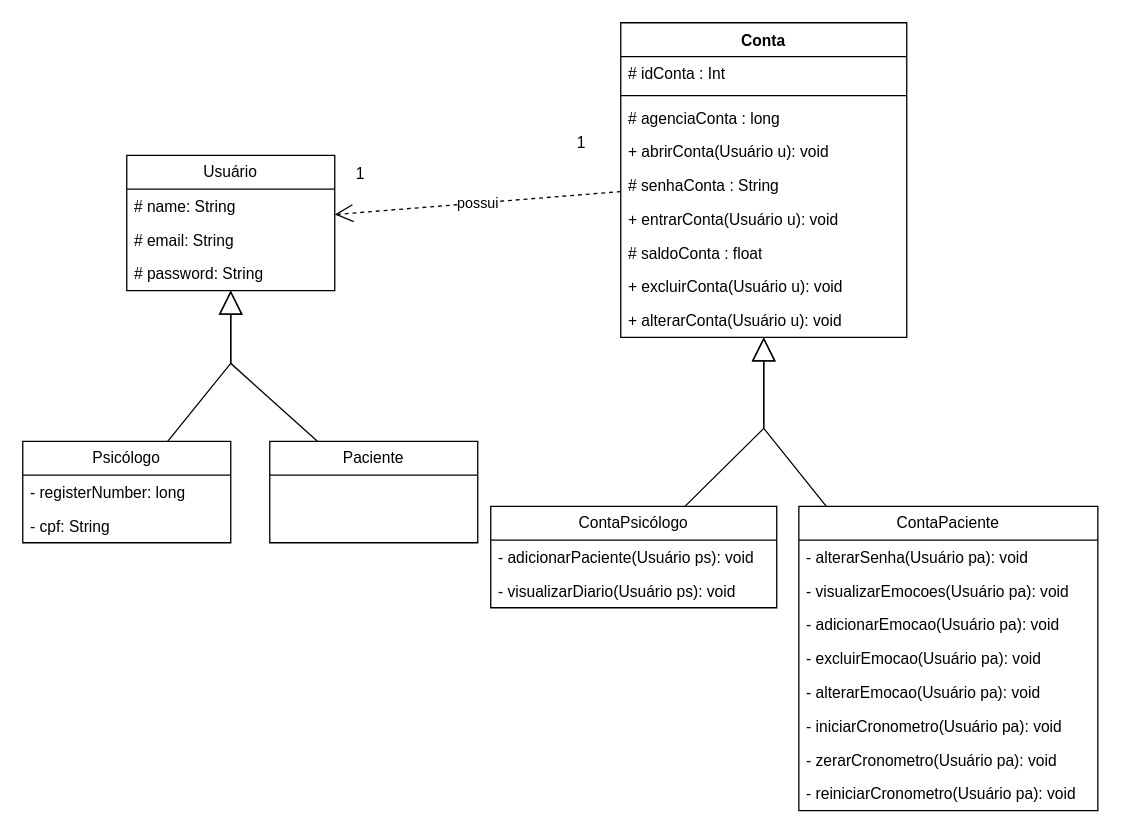
This is ClassesMyPeace.drawio from RebecaVieiraM/Diagramas, a draw.io file, before an edit. Source tidied: cells renumbered, new cells numbered last; positions are measured from the earlier drawing's top-left corner, leaving out a move shared by most shapes. Both pictures are drawn from the tidied source at 130%, with x=0, y=0 at pixel (22, 22).
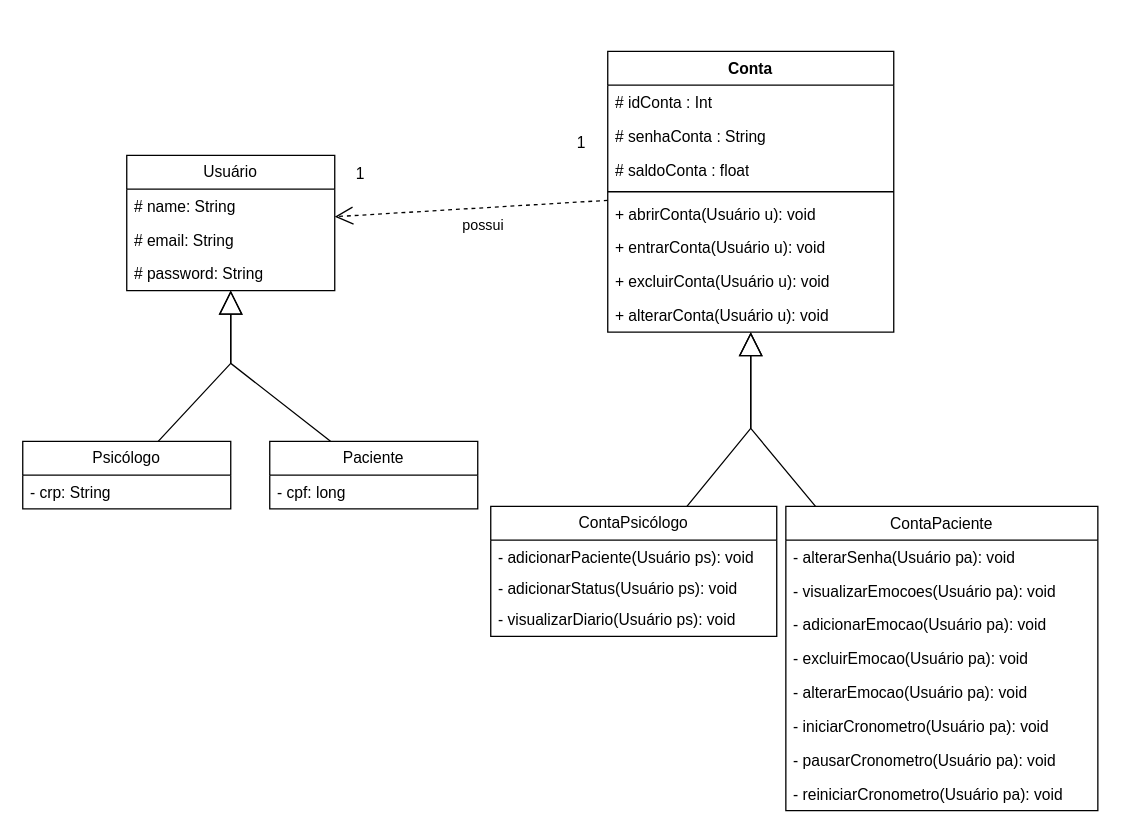
After the change.

The change refers to these unchanged cells:
```xml
<mxCell id="21" value="Usuário" style="swimlane;fontStyle=0;horizontal=1;startSize=26;fillColor=none;whiteSpace=wrap;html=1;" parent="1" vertex="1">
  <mxGeometry x="80" y="102" width="160" height="104" as="geometry" />
</mxCell>
```

Change to the diagram source:
```diff
@@
     <mxCell id="2" value="Psicólogo" style="swimlane;fontStyle=0;horizontal=1;startSize=26;fillColor=none;whiteSpace=wrap;html=1;" parent="1" vertex="1">
-      <mxGeometry y="322" width="160" height="78" as="geometry" />
+      <mxGeometry y="322" width="160" height="52" as="geometry" />
     </mxCell>
-    <mxCell id="3" value="- registerNumber&lt;span style=&quot;background-color: initial;&quot;&gt;: long&lt;/span&gt;" style="text;strokeColor=none;fillColor=none;align=left;verticalAlign=top;spacingLeft=4;spacingRight=4;overflow=hidden;whiteSpace=wrap;html=1;" parent="2" vertex="1">
-      <mxGeometry y="26" width="160" height="26" as="geometry" />
-    </mxCell>
-    <mxCell id="4" value="- cpf: String" style="text;strokeColor=none;fillColor=none;align=left;verticalAlign=top;spacingLeft=4;spacingRight=4;overflow=hidden;whiteSpace=wrap;html=1;" parent="2" vertex="1">
-      <mxGeometry y="52" width="160" height="26" as="geometry" />
+    <mxCell id="4" value="- crp: String" style="text;strokeColor=none;fillColor=none;align=left;verticalAlign=top;spacingLeft=4;spacingRight=4;overflow=hidden;whiteSpace=wrap;html=1;" parent="2" vertex="1">
+      <mxGeometry y="26" width="160" height="26" as="geometry" />
     </mxCell>
     <mxCell id="5" value="Paciente" style="swimlane;fontStyle=0;horizontal=1;startSize=26;fillColor=none;whiteSpace=wrap;html=1;" parent="1" vertex="1">
-      <mxGeometry x="190" y="322" width="160" height="78" as="geometry" />
+      <mxGeometry x="190" y="322" width="160" height="52" as="geometry" />
     </mxCell>
+    <mxCell id="39" value="- cpf&lt;span style=&quot;background-color: initial;&quot;&gt;: long&lt;/span&gt;" style="text;strokeColor=none;fillColor=none;align=left;verticalAlign=top;spacingLeft=4;spacingRight=4;overflow=hidden;whiteSpace=wrap;html=1;" parent="5" vertex="1">
+      <mxGeometry y="26" width="160" height="26" as="geometry" />
+    </mxCell>
     <mxCell id="6" value="Conta" style="swimlane;fontStyle=1;align=center;verticalAlign=top;horizontal=1;startSize=26;whiteSpace=wrap;html=1;" parent="1" vertex="1">
-      <mxGeometry x="460" width="220" height="242" as="geometry" />
+      <mxGeometry x="450" y="22" width="220" height="216" as="geometry" />
     </mxCell>
@@
+    <mxCell id="11" value="# senhaConta : String" style="text;strokeColor=none;fillColor=none;align=left;verticalAlign=top;spacingLeft=4;spacingRight=4;overflow=hidden;whiteSpace=wrap;html=1;" parent="6" vertex="1">
+      <mxGeometry y="52" width="220" height="26" as="geometry" />
+    </mxCell>
+    <mxCell id="13" value="# saldoConta : float" style="text;strokeColor=none;fillColor=none;align=left;verticalAlign=top;spacingLeft=4;spacingRight=4;overflow=hidden;whiteSpace=wrap;html=1;" parent="6" vertex="1">
+      <mxGeometry y="78" width="220" height="26" as="geometry" />
+    </mxCell>
     <mxCell id="8" style="line;strokeWidth=1;fillColor=none;align=left;verticalAlign=middle;spacingTop=-1;spacingLeft=3;spacingRight=3;labelPosition=right;strokeColor=inherit;" parent="6" vertex="1">
-      <mxGeometry y="52" width="220" height="8" as="geometry" />
+      <mxGeometry y="104" width="220" height="8" as="geometry" />
     </mxCell>
-    <mxCell id="9" value="# agenciaConta : long" style="text;strokeColor=none;fillColor=none;align=left;verticalAlign=top;spacingLeft=4;spacingRight=4;overflow=hidden;whiteSpace=wrap;html=1;" parent="6" vertex="1">
-      <mxGeometry y="60" width="220" height="26" as="geometry" />
-    </mxCell>
     <mxCell id="10" value="+ abrirConta(Usuário u): void" style="text;strokeColor=none;fillColor=none;align=left;verticalAlign=top;spacingLeft=4;spacingRight=4;overflow=hidden;whiteSpace=wrap;html=1;" parent="6" vertex="1">
-      <mxGeometry y="86" width="220" height="26" as="geometry" />
+      <mxGeometry y="112" width="220" height="26" as="geometry" />
     </mxCell>
-    <mxCell id="11" value="# senhaConta : String" style="text;strokeColor=none;fillColor=none;align=left;verticalAlign=top;spacingLeft=4;spacingRight=4;overflow=hidden;whiteSpace=wrap;html=1;" parent="6" vertex="1">
-      <mxGeometry y="112" width="220" height="26" as="geometry" />
-    </mxCell>
@@
-    <mxCell id="13" value="# saldoConta : float" style="text;strokeColor=none;fillColor=none;align=left;verticalAlign=top;spacingLeft=4;spacingRight=4;overflow=hidden;whiteSpace=wrap;html=1;" parent="6" vertex="1">
-      <mxGeometry y="164" width="220" height="26" as="geometry" />
-    </mxCell>
     <mxCell id="14" value="+ excluirConta(Usuário u): void" style="text;strokeColor=none;fillColor=none;align=left;verticalAlign=top;spacingLeft=4;spacingRight=4;overflow=hidden;whiteSpace=wrap;html=1;" parent="6" vertex="1">
-      <mxGeometry y="190" width="220" height="26" as="geometry" />
+      <mxGeometry y="164" width="220" height="26" as="geometry" />
     </mxCell>
     <mxCell id="15" value="+ alterarConta(Usuário u): void" style="text;strokeColor=none;fillColor=none;align=left;verticalAlign=top;spacingLeft=4;spacingRight=4;overflow=hidden;whiteSpace=wrap;html=1;" parent="6" vertex="1">
-      <mxGeometry y="216" width="220" height="26" as="geometry" />
+      <mxGeometry y="190" width="220" height="26" as="geometry" />
     </mxCell>
     <mxCell id="16" value="possui" style="endArrow=open;endSize=12;dashed=1;html=1;rounded=0;" parent="1" edge="1" source="6" target="21">
-      <mxGeometry relative="1" as="geometry" />
+      <mxGeometry x="-0.08" y="14" relative="1" as="geometry" />
     </mxCell>
@@
     <mxCell id="25" value="ContaPsicólogo" style="swimlane;fontStyle=0;horizontal=1;startSize=26;fillColor=none;whiteSpace=wrap;html=1;" parent="1" vertex="1">
-      <mxGeometry x="360" y="372" width="220" height="78" as="geometry" />
+      <mxGeometry x="360" y="372" width="220" height="100" as="geometry" />
     </mxCell>
     <mxCell id="26" value="- adicionarPaciente(Usuário ps): void" style="text;strokeColor=none;fillColor=none;align=left;verticalAlign=top;spacingLeft=4;spacingRight=4;overflow=hidden;whiteSpace=wrap;html=1;" parent="25" vertex="1">
-      <mxGeometry y="26" width="220" height="26" as="geometry" />
+      <mxGeometry y="26" width="220" height="24" as="geometry" />
     </mxCell>
+    <mxCell id="40" value="- adicionarStatus(Usuário ps): void" style="text;strokeColor=none;fillColor=none;align=left;verticalAlign=top;spacingLeft=4;spacingRight=4;overflow=hidden;whiteSpace=wrap;html=1;" parent="25" vertex="1">
+      <mxGeometry y="50" width="220" height="24" as="geometry" />
+    </mxCell>
     <mxCell id="27" value="- visualizarDiario(Usuário ps): void" style="text;strokeColor=none;fillColor=none;align=left;verticalAlign=top;spacingLeft=4;spacingRight=4;overflow=hidden;whiteSpace=wrap;html=1;" parent="25" vertex="1">
-      <mxGeometry y="52" width="220" height="26" as="geometry" />
+      <mxGeometry y="74" width="220" height="26" as="geometry" />
     </mxCell>
+    <mxCell id="37" style="endArrow=block;endSize=16;endFill=0;html=1;rounded=0;" parent="1" edge="1" source="25" target="6">
+      <mxGeometry relative="1" as="geometry">
+        <Array as="points">
+          <mxPoint x="560" y="312" />
+        </Array>
+      </mxGeometry>
+    </mxCell>
+    <mxCell id="38" style="endArrow=block;endSize=16;endFill=0;html=1;rounded=0;" parent="1" edge="1" source="28" target="6">
+      <mxGeometry relative="1" as="geometry">
+        <Array as="points">
+          <mxPoint x="560" y="312" />
+        </Array>
+      </mxGeometry>
+    </mxCell>
-    <mxCell id="28" value="ContaPaciente" style="swimlane;fontStyle=0;horizontal=1;startSize=26;fillColor=none;whiteSpace=wrap;html=1;" parent="1" vertex="1">
-      <mxGeometry x="597" y="372" width="230" height="234" as="geometry" />
+    <mxCell id="28" value="&lt;span style=&quot;font-weight: 400;&quot;&gt;ContaPaciente&lt;/span&gt;" style="swimlane;fontStyle=1;align=center;verticalAlign=top;horizontal=1;startSize=26;whiteSpace=wrap;html=1;" parent="1" vertex="1">
+      <mxGeometry x="587" y="372" width="240" height="234" as="geometry" />
     </mxCell>
     <mxCell id="29" value="- alterarSenha(Usuário pa): void" style="text;strokeColor=none;fillColor=none;align=left;verticalAlign=top;spacingLeft=4;spacingRight=4;overflow=hidden;whiteSpace=wrap;html=1;" parent="28" vertex="1">
-      <mxGeometry y="26" width="230" height="26" as="geometry" />
+      <mxGeometry y="26" width="240" height="26" as="geometry" />
     </mxCell>
     <mxCell id="30" value="- visualizarEmocoes(Usuário pa): void" style="text;strokeColor=none;fillColor=none;align=left;verticalAlign=top;spacingLeft=4;spacingRight=4;overflow=hidden;whiteSpace=wrap;html=1;" parent="28" vertex="1">
-      <mxGeometry y="52" width="230" height="26" as="geometry" />
+      <mxGeometry y="52" width="240" height="26" as="geometry" />
     </mxCell>
     <mxCell id="31" value="- adicionarEmocao(Usuário pa): void" style="text;strokeColor=none;fillColor=none;align=left;verticalAlign=top;spacingLeft=4;spacingRight=4;overflow=hidden;whiteSpace=wrap;html=1;" parent="28" vertex="1">
-      <mxGeometry y="78" width="230" height="26" as="geometry" />
+      <mxGeometry y="78" width="240" height="26" as="geometry" />
     </mxCell>
     <mxCell id="32" value="- excluirEmocao(Usuário pa): void" style="text;strokeColor=none;fillColor=none;align=left;verticalAlign=top;spacingLeft=4;spacingRight=4;overflow=hidden;whiteSpace=wrap;html=1;" parent="28" vertex="1">
-      <mxGeometry y="104" width="230" height="26" as="geometry" />
+      <mxGeometry y="104" width="240" height="26" as="geometry" />
     </mxCell>
     <mxCell id="33" value="- alterarEmocao(Usuário pa): void" style="text;strokeColor=none;fillColor=none;align=left;verticalAlign=top;spacingLeft=4;spacingRight=4;overflow=hidden;whiteSpace=wrap;html=1;" parent="28" vertex="1">
-      <mxGeometry y="130" width="230" height="26" as="geometry" />
+      <mxGeometry y="130" width="240" height="26" as="geometry" />
     </mxCell>
     <mxCell id="34" value="- iniciarCronometro(Usuário pa): void" style="text;strokeColor=none;fillColor=none;align=left;verticalAlign=top;spacingLeft=4;spacingRight=4;overflow=hidden;whiteSpace=wrap;html=1;" parent="28" vertex="1">
-      <mxGeometry y="156" width="230" height="26" as="geometry" />
+      <mxGeometry y="156" width="240" height="26" as="geometry" />
     </mxCell>
-    <mxCell id="35" value="- zerarCronometro(Usuário pa): void" style="text;strokeColor=none;fillColor=none;align=left;verticalAlign=top;spacingLeft=4;spacingRight=4;overflow=hidden;whiteSpace=wrap;html=1;" parent="28" vertex="1">
-      <mxGeometry y="182" width="230" height="26" as="geometry" />
+    <mxCell id="35" value="- pausarCronometro(Usuário pa): void" style="text;strokeColor=none;fillColor=none;align=left;verticalAlign=top;spacingLeft=4;spacingRight=4;overflow=hidden;whiteSpace=wrap;html=1;" parent="28" vertex="1">
+      <mxGeometry y="182" width="240" height="26" as="geometry" />
     </mxCell>
     <mxCell id="36" value="- reiniciarCronometro(Usuário pa): void" style="text;strokeColor=none;fillColor=none;align=left;verticalAlign=top;spacingLeft=4;spacingRight=4;overflow=hidden;whiteSpace=wrap;html=1;" parent="28" vertex="1">
-      <mxGeometry y="208" width="230" height="26" as="geometry" />
+      <mxGeometry y="208" width="240" height="26" as="geometry" />
     </mxCell>
-    <mxCell id="37" style="endArrow=block;endSize=16;endFill=0;html=1;rounded=0;" parent="1" edge="1" source="25" target="6">
-      <mxGeometry relative="1" as="geometry">
-        <Array as="points">
-          <mxPoint x="570" y="312" />
-        </Array>
-      </mxGeometry>
-    </mxCell>
-    <mxCell id="38" style="endArrow=block;endSize=16;endFill=0;html=1;rounded=0;" parent="1" edge="1" source="28" target="6">
-      <mxGeometry relative="1" as="geometry">
-        <Array as="points">
-          <mxPoint x="570" y="312" />
-        </Array>
-      </mxGeometry>
-    </mxCell>
```
